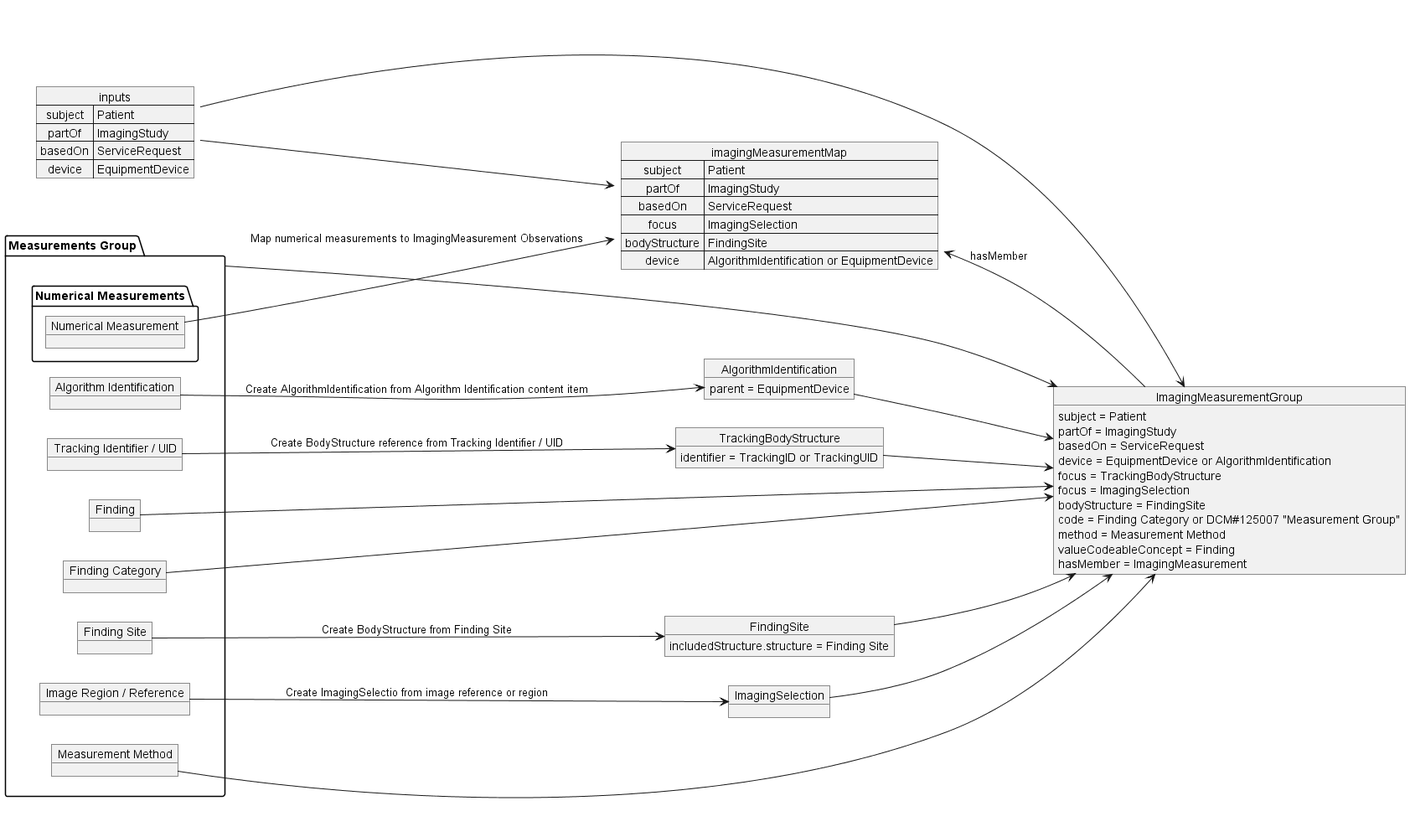
This is input/images/imaging_measurement_group_mapping.png from HL7/dicom-sr, a PlantUML export, as it was before one commit.
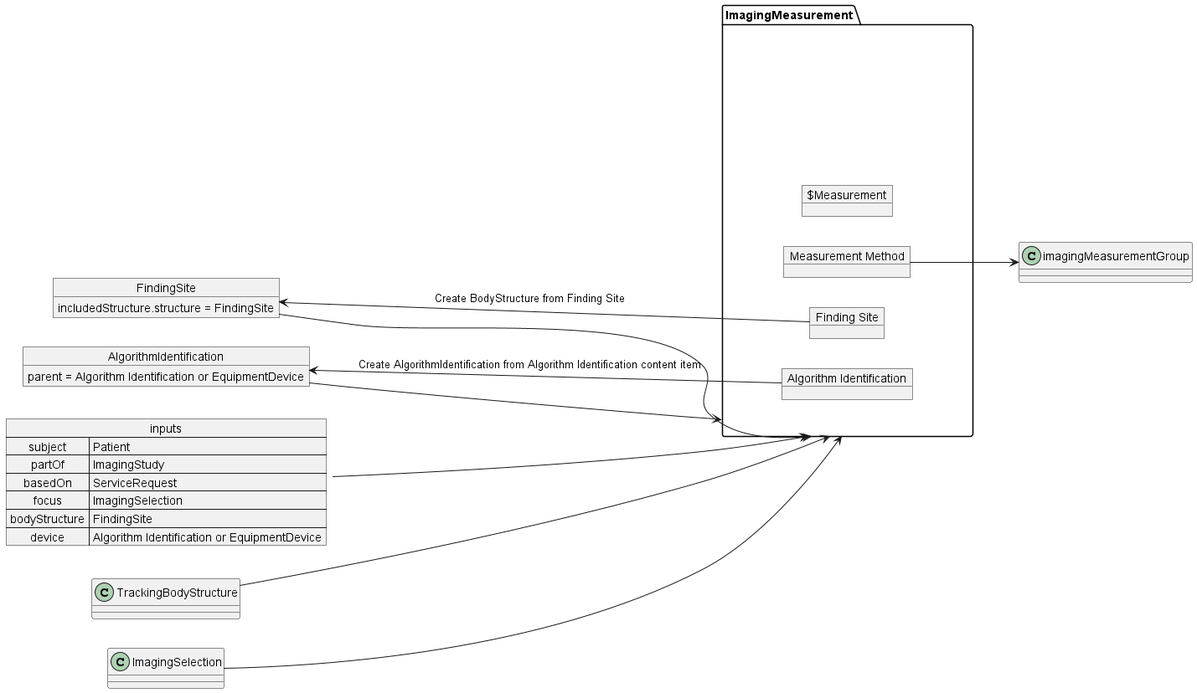
The same diagram one commit later.

Change to the diagram source:
```diff
@@ -1,41 +1,31 @@
-@startuml measurement_container_mapping
+@startuml imaging_measurement_group_mapping
 left to right direction
 
 map inputs {
    subject => Patient
    partOf => ImagingStudy
    basedOn => ServiceRequest
-   device => EquipmentDevice
+   focus => ImagingSelection
+   bodyStructure => FindingSite
+   device => Algorithm Identification or EquipmentDevice
 }
 
-package "Measurements Group" as measurementGroup {
+package "ImagingMeasurement" as imagingMeasurement {
+   object "$Measurement" as measurement
+   object "Measurement Method" as method
+   object "Finding Site" as findingSite
    object "Algorithm Identification" as algorithm
-   object "Tracking Identifier / UID" as tracking
-   object "Finding" as finding
-   object "Finding Category" as findingCategory
-   object "Finding Site" as findingSite
-   object "Image Region / Reference" as imageRegion
-   object "Measurement Method" as method
-   package "Numerical Measurements" {
-    object "Numerical Measurement" as measurement
-   }
 }
 
 object AlgorithmIdentification {
-    parent = EquipmentDevice
-}
-
-object TrackingBodyStructure {
-    identifier = TrackingID or TrackingUID
+    parent = Algorithm Identification or EquipmentDevice
 }
 
 object FindingSite {
-    includedStructure.structure = Finding Site
+    includedStructure.structure = FindingSite
 }
 
-object ImagingSelection
-
-object "ImagingMeasurementGroup" as imagingMeasurementGroup {
+object "ImagingMeasurement" as imagingMeasurement {
     subject = Patient
     partOf = ImagingStudy
     basedOn = ServiceRequest
@@ -43,38 +33,20 @@
     focus = TrackingBodyStructure
     focus = ImagingSelection
     bodyStructure = FindingSite
-    code = Finding Category or DCM#125007 "Measurement Group"
+    code = Concept Name Code Sequence
+    issued = Observation DateTime
     method = Measurement Method
-    valueCodeableConcept = Finding
-    hasMember = ImagingMeasurement
-}
-
-map imagingMeasurementMap {
-    subject => Patient
-    partOf => ImagingStudy
-    basedOn => ServiceRequest
-    focus => TrackingBodyStructure
-    focus => ImagingSelection
-    bodyStructure => FindingSite
-    device => AlgorithmIdentification or EquipmentDevice
+    valueQuantity = Measured Value Sequence
 }
 
 algorithm --> AlgorithmIdentification: Create AlgorithmIdentification from Algorithm Identification content item
-tracking --> TrackingBodyStructure: Create BodyStructure reference from Tracking Identifier / UID
 findingSite --> FindingSite: Create BodyStructure from Finding Site
-imageRegion --> ImagingSelection: Create ImagingSelectio from image reference or region
 
-inputs --> imagingMeasurementGroup
-AlgorithmIdentification --> imagingMeasurementGroup
-TrackingBodyStructure --> imagingMeasurementGroup
-finding --> imagingMeasurementGroup
-findingCategory --> imagingMeasurementGroup
-FindingSite --> imagingMeasurementGroup
-ImagingSelection --> imagingMeasurementGroup
-measurementGroup --> imagingMeasurementGroup
+inputs --> imagingMeasurement
+AlgorithmIdentification --> imagingMeasurement
+TrackingBodyStructure --> imagingMeasurement
+FindingSite --> imagingMeasurement
+ImagingSelection --> imagingMeasurement
 method --> imagingMeasurementGroup
 
-inputs --> imagingMeasurementMap
-measurement --> imagingMeasurementMap: Map numerical measurements to ImagingMeasurement Observations
-imagingMeasurementMap <-- imagingMeasurementGroup: hasMember
 @enduml
```
